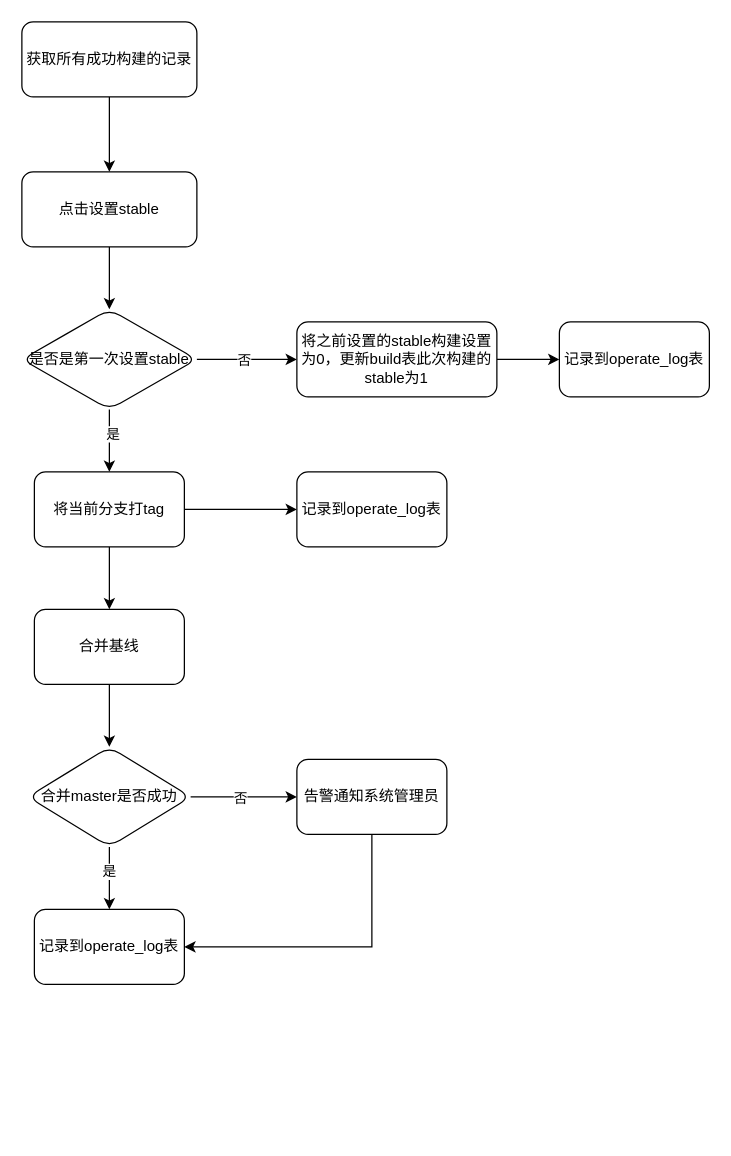
Above: 设置stable.drawio in wupei-w/diagrams (draw.io), before the change. Source tidied: cells renumbered, new cells numbered last; positions are measured from the earlier drawing's top-left corner, leaving out a move shared by most shapes. Both pictures are drawn from the tidied source at 125%, with x=0, y=0 at pixel (21, 21).
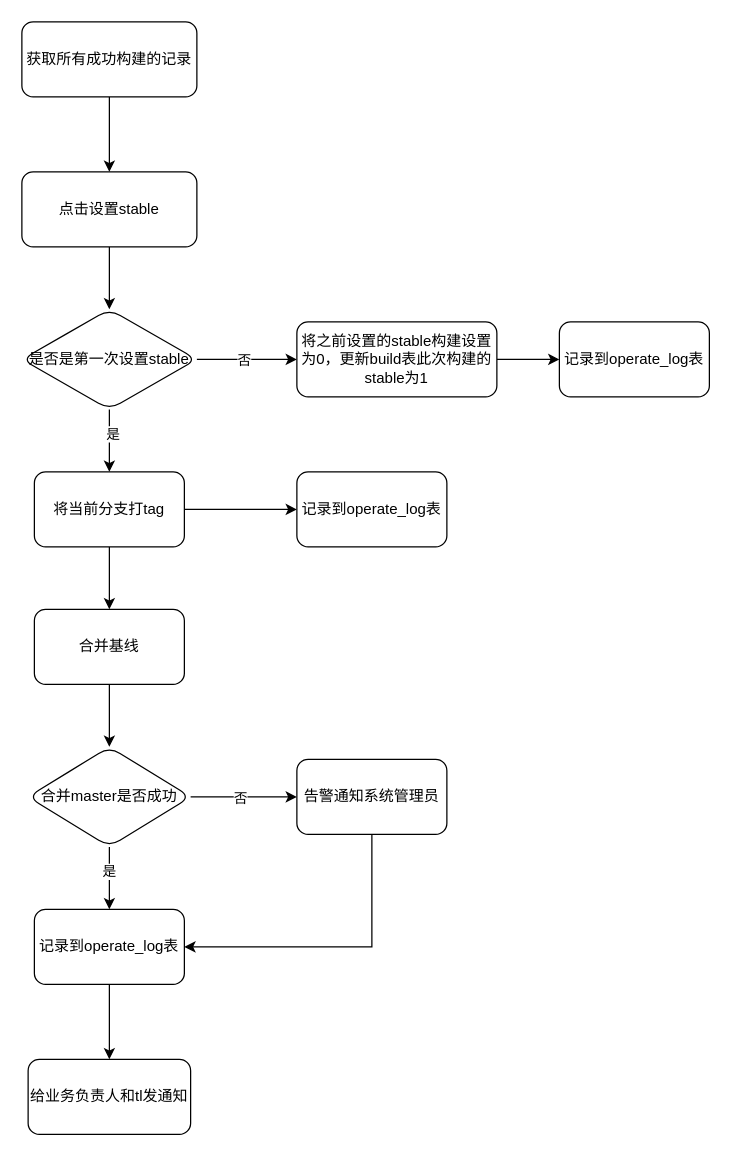
The same diagram, later.

The change refers to these unchanged cells:
```xml
<mxCell id="15" value="记录到operate_log表" style="whiteSpace=wrap;html=1;rounded=1;" parent="1" vertex="1">
  <mxGeometry x="10" y="710" width="120" height="60" as="geometry" />
</mxCell>
```

The edit, as a diff of the source:
```diff
@@
+    <mxCell id="28" style="edgeStyle=orthogonalEdgeStyle;rounded=0;jettySize=auto;html=1;" parent="1" edge="1" source="15" target="29">
+      <mxGeometry relative="1" as="geometry" />
+    </mxCell>
@@
+    <mxCell id="29" value="给业务负责人和tl发通知" style="whiteSpace=wrap;html=1;rounded=1;" parent="1" vertex="1">
+      <mxGeometry x="5" y="830" width="130" height="60" as="geometry" />
+    </mxCell>
```
